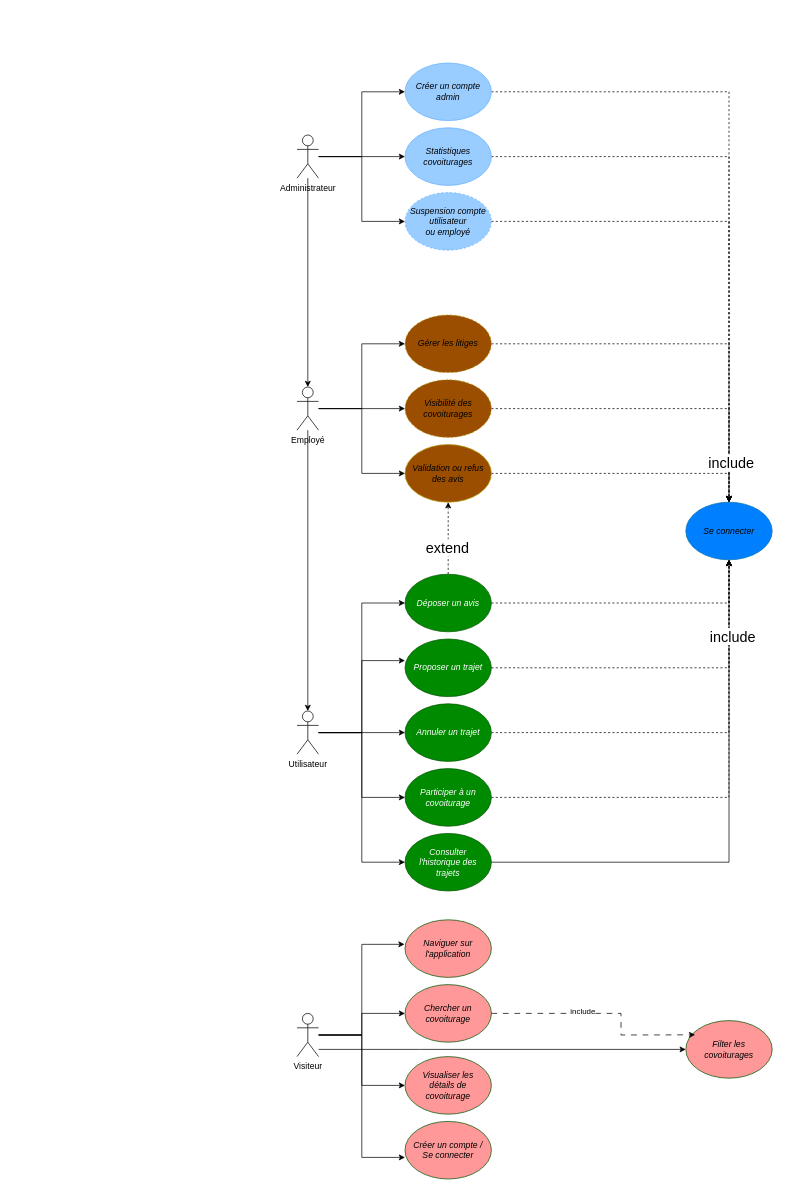
nancyh13500/ecoride keeps this draw.io diagram as Diagramme de cas d'utilisation EcoRide.drawio. Above is the earlier version. Source tidied: cells renumbered, new cells numbered last; positions are measured from the earlier drawing's top-left corner, leaving out a move shared by most shapes. Both pictures are drawn from the tidied source at 72%, with x=0, y=0 at pixel (297, 63).
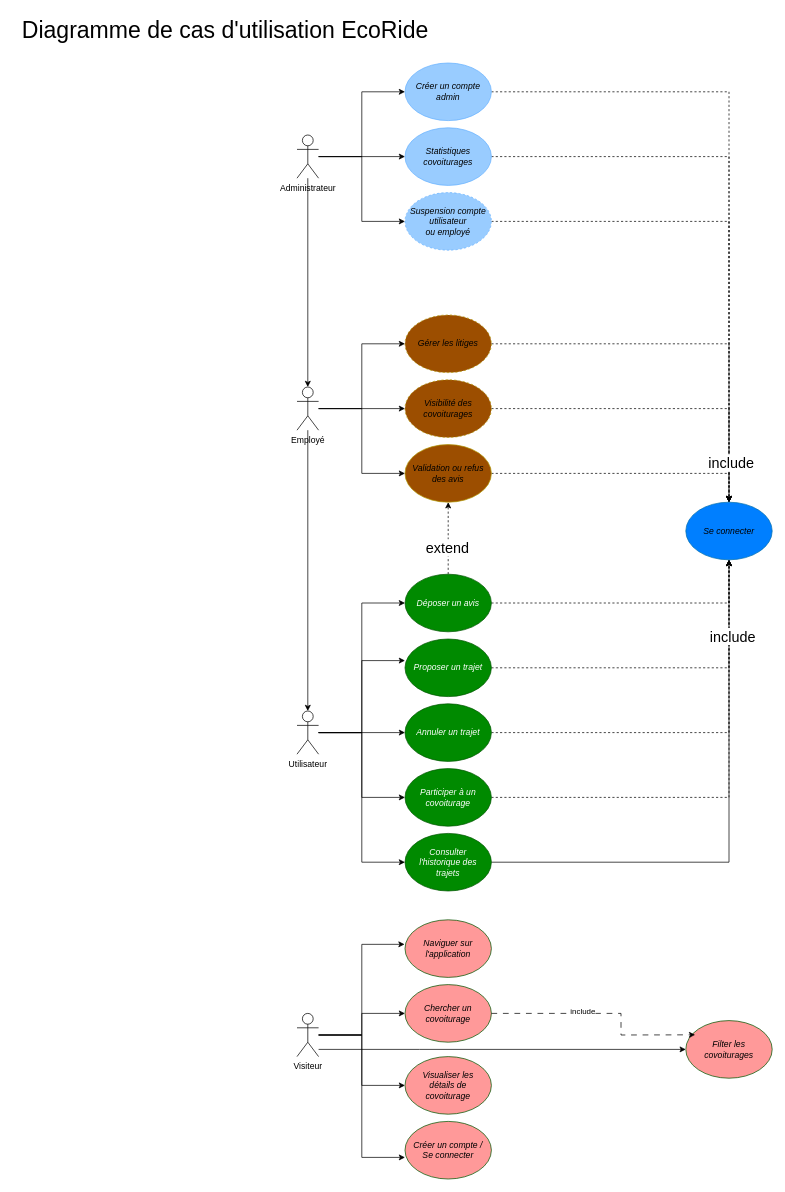
The same diagram, later.

Commit message:
Mettre à jour Diagramme de cas d'utilisation EcoRide.drawio

The edit, as a diff of the source:
```diff
@@
+    <mxCell id="58" value="&lt;font style=&quot;font-size: 32px;&quot;&gt;Diagramme de cas d'utilisation EcoRide&lt;/font&gt;" style="text;html=1;align=center;verticalAlign=middle;strokeColor=none;fillColor=none;" parent="1" vertex="1">
+      <mxGeometry x="-395" y="-70" width="590" height="50" as="geometry" />
+    </mxCell>
```
